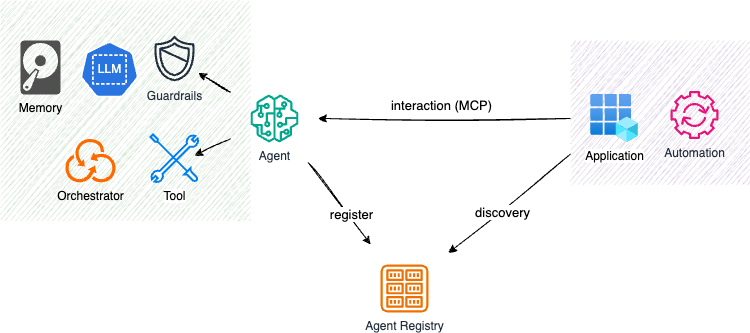
The draw.io diagram images/arch.drawio.png in agile-lab-dev/Agent-Specification, before a commit. Source tidied: cells renumbered, new cells last; positions are measured from the earlier drawing's top-left corner, leaving out a move shared by most shapes.
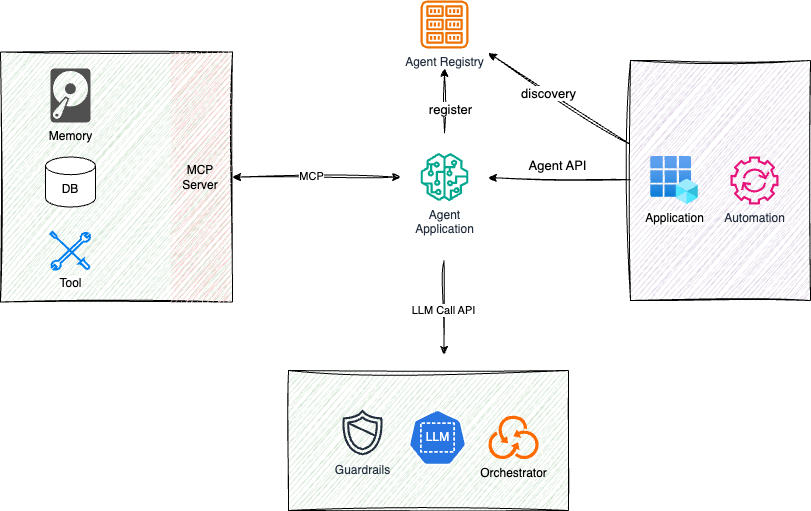
The same file after the commit.

Commit message:
Split LLM and agent API conceptually

Change to the diagram source:
```diff
@@ -2,14 +2,17 @@
   <root>
     <mxCell id="0" />
     <mxCell id="1" parent="0" />
-    <mxCell id="2" style="rounded=0;whiteSpace=wrap;html=1;fillColor=#e1d5e7;strokeColor=none;sketch=1;curveFitting=1;jiggle=2;" parent="1" vertex="1">
-      <mxGeometry x="570" y="40" width="180" height="144" as="geometry" />
+    <mxCell id="2" style="rounded=0;whiteSpace=wrap;html=1;fillColor=#e1d5e7;strokeColor=default;sketch=1;curveFitting=1;jiggle=2;" parent="1" vertex="1">
+      <mxGeometry x="630" y="54" width="180" height="240" as="geometry" />
     </mxCell>
+    <mxCell id="21" style="rounded=0;whiteSpace=wrap;html=1;fillColor=#d5e8d4;strokeColor=default;sketch=1;curveFitting=1;jiggle=2;" parent="1" vertex="1">
+      <mxGeometry x="288" y="364" width="280" height="140" as="geometry" />
+    </mxCell>
-    <mxCell id="3" style="rounded=0;whiteSpace=wrap;html=1;fillColor=#d5e8d4;strokeColor=none;sketch=1;curveFitting=1;jiggle=2;" parent="1" vertex="1">
-      <mxGeometry width="250" height="220" as="geometry" />
+    <mxCell id="3" style="rounded=0;whiteSpace=wrap;html=1;fillColor=#d5e8d4;strokeColor=default;sketch=1;curveFitting=1;jiggle=2;" parent="1" vertex="1">
+      <mxGeometry y="45.5" width="232" height="250" as="geometry" />
     </mxCell>
     <mxCell id="4" value="Agent Registry" style="sketch=0;outlineConnect=0;fontColor=#232F3E;gradientColor=none;fillColor=#ED7100;strokeColor=none;dashed=0;verticalLabelPosition=bottom;verticalAlign=top;align=center;html=1;fontSize=12;fontStyle=0;shape=mxgraph.aws4.registry;perimeterSpacing=20;" parent="1" vertex="1">
-      <mxGeometry x="380" y="264" width="48" height="48" as="geometry" />
+      <mxGeometry x="420" y="-6" width="48" height="48" as="geometry" />
     </mxCell>
     <mxCell id="5" style="edgeStyle=none;html=1;sketch=1;curveFitting=1;jiggle=2;" parent="1" edge="1" source="8" target="4">
       <mxGeometry relative="1" as="geometry" />
@@ -19,28 +22,31 @@
         <mxPoint x="8" y="10" as="offset" />
       </mxGeometry>
     </mxCell>
-    <mxCell id="7" style="edgeStyle=none;html=1;sketch=1;curveFitting=1;jiggle=2;" parent="1" edge="1" source="8" target="10">
+    <mxCell id="7" style="edgeStyle=none;html=1;sketch=1;curveFitting=1;jiggle=2;entryX=1;entryY=0.5;entryDx=0;entryDy=0;startArrow=classic;startFill=1;" parent="1" edge="1" source="8" target="3">
       <mxGeometry relative="1" as="geometry" />
     </mxCell>
+    <mxCell id="22" value="MCP" style="edgeLabel;html=1;align=center;verticalAlign=middle;" parent="7" vertex="1">
+      <mxGeometry x="0.06" y="-1" relative="1" as="geometry" />
+    </mxCell>
-    <mxCell id="8" value="Agent" style="sketch=0;outlineConnect=0;fontColor=#232F3E;gradientColor=none;fillColor=#01A88D;strokeColor=none;dashed=0;verticalLabelPosition=bottom;verticalAlign=top;align=center;html=1;fontSize=12;fontStyle=0;shape=mxgraph.aws4.sagemaker_model;perimeterSpacing=20;" parent="1" vertex="1">
-      <mxGeometry x="250" y="94" width="48" height="48" as="geometry" />
+    <mxCell id="8" value="Agent &lt;br&gt;Application" style="sketch=0;outlineConnect=0;fontColor=#232F3E;gradientColor=none;fillColor=#01A88D;strokeColor=none;dashed=0;verticalLabelPosition=bottom;verticalAlign=top;align=center;html=1;fontSize=12;fontStyle=0;shape=mxgraph.aws4.sagemaker_model;perimeterSpacing=20;" parent="1" vertex="1">
+      <mxGeometry x="420" y="146.5" width="48" height="48" as="geometry" />
     </mxCell>
     <mxCell id="9" value="Tool" style="html=1;verticalLabelPosition=bottom;align=center;labelBackgroundColor=#ffffff;verticalAlign=top;strokeWidth=2;strokeColor=#0080F0;shadow=0;dashed=0;shape=mxgraph.ios7.icons.tools;" parent="1" vertex="1">
-      <mxGeometry x="150" y="134" width="48" height="48" as="geometry" />
+      <mxGeometry x="50" y="225.5" width="40" height="38" as="geometry" />
     </mxCell>
     <mxCell id="10" value="Guardrails" style="sketch=0;outlineConnect=0;fontColor=#232F3E;gradientColor=none;fillColor=#232F3D;strokeColor=none;dashed=0;verticalLabelPosition=bottom;verticalAlign=top;align=center;html=1;fontSize=12;fontStyle=0;shape=mxgraph.aws4.shield2;" parent="1" vertex="1">
-      <mxGeometry x="150" y="34" width="48" height="48" as="geometry" />
+      <mxGeometry x="338" y="402" width="48" height="48" as="geometry" />
     </mxCell>
     <mxCell id="11" value="Memory" style="sketch=0;shadow=0;dashed=0;html=1;strokeColor=none;fillColor=#505050;labelPosition=center;verticalLabelPosition=bottom;verticalAlign=top;align=center;shape=mxgraph.office.devices.hard_disk;" parent="1" vertex="1">
-      <mxGeometry x="20" y="40" width="40" height="54" as="geometry" />
+      <mxGeometry x="50" y="62" width="40" height="54" as="geometry" />
     </mxCell>
     <mxCell id="12" value="Orchestrator" style="html=1;align=center;shadow=0;dashed=0;fillColor=#FF6A00;strokeColor=none;shape=mxgraph.alibaba_cloud.ros_resource_orchestration_service;labelPosition=center;verticalLabelPosition=bottom;verticalAlign=top;" parent="1" vertex="1">
-      <mxGeometry x="64.9" y="138.5" width="50.1" height="43.5" as="geometry" />
+      <mxGeometry x="488" y="409.2" width="50.1" height="43.5" as="geometry" />
     </mxCell>
     <mxCell id="13" value="LLM" style="sketch=0;html=1;dashed=0;whitespace=wrap;verticalLabelPosition=middle;verticalAlign=middle;fillColor=#2875E2;strokeColor=#ffffff;shape=mxgraph.kubernetes.icon2;prIcon=ns;labelPosition=center;align=center;fontColor=light-dark(#ffffff, #ededed);" parent="1" vertex="1">
-      <mxGeometry x="80" y="40" width="58" height="58" as="geometry" />
+      <mxGeometry x="408" y="402" width="58" height="58" as="geometry" />
     </mxCell>
-    <mxCell id="14" style="edgeStyle=none;html=1;sketch=1;curveFitting=1;jiggle=2;" parent="1" edge="1" source="18" target="4">
+    <mxCell id="14" style="edgeStyle=none;html=1;sketch=1;curveFitting=1;jiggle=2;exitX=-0.003;exitY=0.349;exitDx=0;exitDy=0;exitPerimeter=0;" parent="1" edge="1" source="2" target="4">
       <mxGeometry relative="1" as="geometry" />
     </mxCell>
     <mxCell id="15" value="discovery" style="edgeLabel;html=1;align=center;verticalAlign=middle;fontSize=13;" parent="14" vertex="1">
@@ -49,19 +55,31 @@
     <mxCell id="16" style="edgeStyle=none;html=1;sketch=1;curveFitting=1;jiggle=2;" parent="1" edge="1" source="18" target="8">
       <mxGeometry relative="1" as="geometry" />
     </mxCell>
-    <mxCell id="17" value="interaction (MCP)" style="edgeLabel;html=1;align=center;verticalAlign=middle;fontSize=13;" parent="16" vertex="1">
+    <mxCell id="17" value="Agent API" style="edgeLabel;html=1;align=center;verticalAlign=middle;fontSize=13;" parent="16" vertex="1">
       <mxGeometry x="0.02" y="1" relative="1" as="geometry">
         <mxPoint x="-1" y="-15" as="offset" />
       </mxGeometry>
     </mxCell>
     <mxCell id="18" value="Application" style="image;html=1;points=[];align=center;fontSize=12;image=img/lib/azure2/identity/App_Registrations.svg;perimeterSpacing=20;" parent="1" vertex="1">
-      <mxGeometry x="590" y="94" width="48" height="48" as="geometry" />
+      <mxGeometry x="650" y="150" width="48" height="48" as="geometry" />
     </mxCell>
     <mxCell id="19" value="Automation" style="sketch=0;fontColor=#232F3E;gradientColor=none;fillColor=#E7157B;strokeColor=none;dashed=0;verticalLabelPosition=bottom;verticalAlign=top;align=center;html=1;fontSize=12;fontStyle=0;shape=mxgraph.aws4.automation;" parent="1" vertex="1">
-      <mxGeometry x="670" y="90.5" width="48" height="48" as="geometry" />
+      <mxGeometry x="730" y="150" width="48" height="48" as="geometry" />
     </mxCell>
-    <mxCell id="20" style="edgeStyle=none;html=1;entryX=0.917;entryY=0.438;entryDx=0;entryDy=0;entryPerimeter=0;sketch=1;curveFitting=1;jiggle=2;" parent="1" edge="1" source="8" target="9">
-      <mxGeometry relative="1" as="geometry" />
-    </mxCell>
+    <mxCell id="23" value="DB" style="shape=cylinder3;whiteSpace=wrap;html=1;boundedLbl=1;backgroundOutline=1;size=8.833343505859403;" parent="1" vertex="1">
+      <mxGeometry x="45" y="150.5" width="50" height="50" as="geometry" />
+    </mxCell>
+    <mxCell id="24" value="MCP Server" style="rounded=0;whiteSpace=wrap;html=1;fillColor=#f8cecc;strokeColor=none;sketch=1;curveFitting=1;jiggle=2;" parent="1" vertex="1">
+      <mxGeometry x="170" y="45.5" width="60" height="250" as="geometry" />
+    </mxCell>
+    <mxCell id="25" style="edgeStyle=none;html=1;sketch=1;curveFitting=1;jiggle=2;startArrow=none;startFill=0;" parent="1" edge="1">
+      <mxGeometry relative="1" as="geometry">
+        <mxPoint x="443.6" y="254" as="sourcePoint" />
+        <mxPoint x="443.6" y="348" as="targetPoint" />
+      </mxGeometry>
+    </mxCell>
+    <mxCell id="26" value="LLM Call API" style="edgeLabel;html=1;align=center;verticalAlign=middle;" parent="25" vertex="1">
+      <mxGeometry x="0.06" y="-1" relative="1" as="geometry" />
+    </mxCell>
   </root>
 </mxGraphModel>
```
